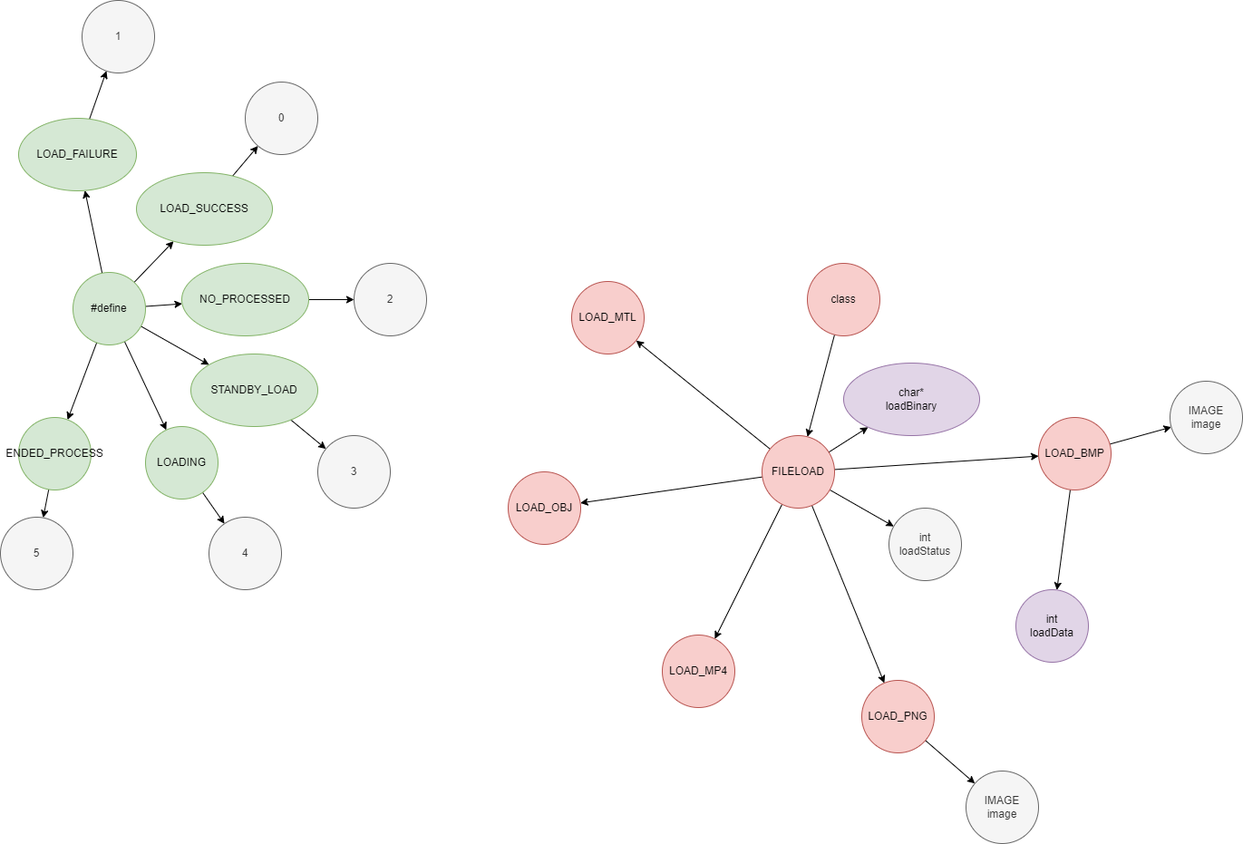
The draw.io diagram drawio/files/load/h.drawio.png in Tanso-mct/GLPA, before a commit. Source tidied: cells renumbered, new cells last; positions are measured from the earlier drawing's top-left corner, leaving out a move shared by most shapes.
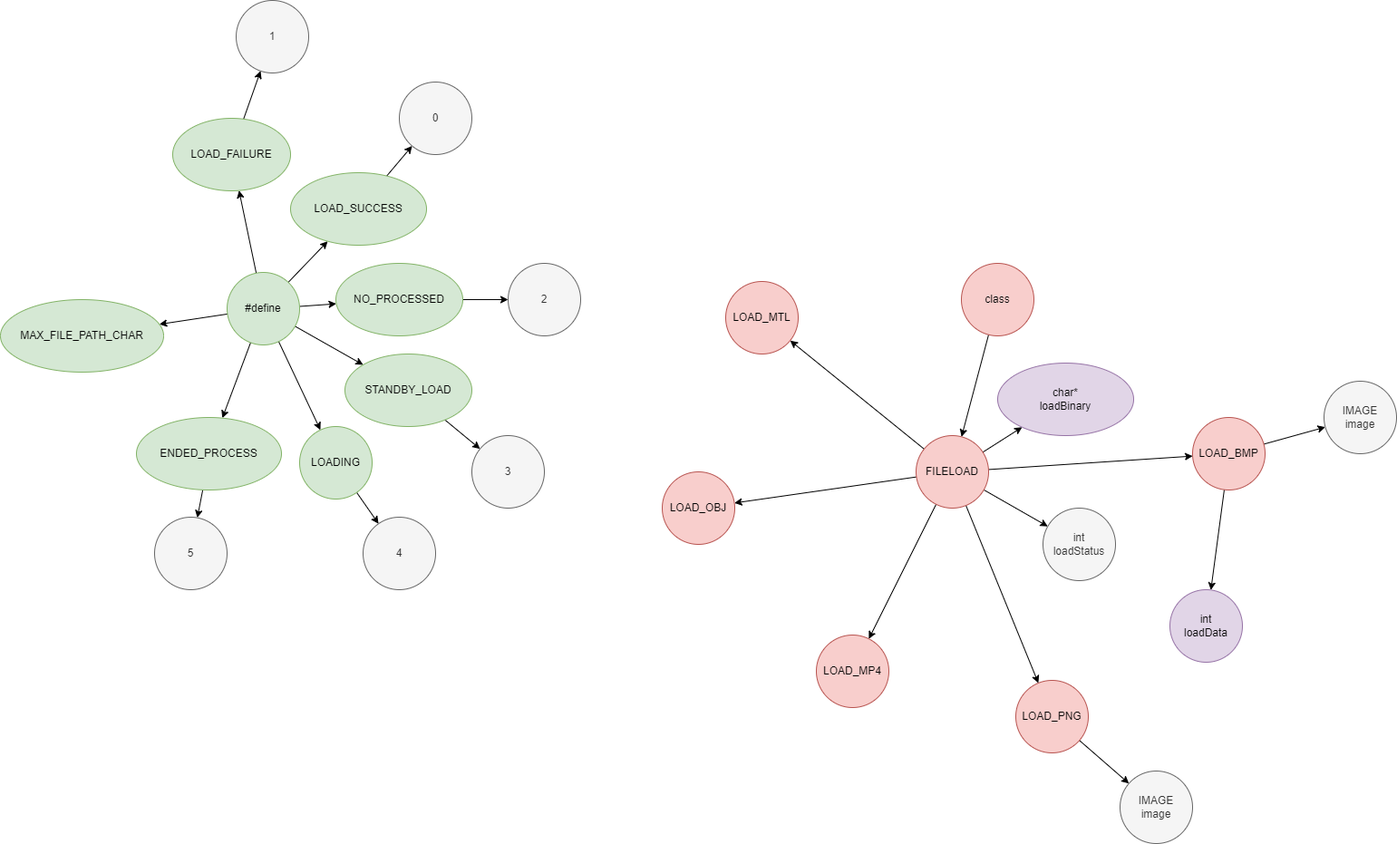
After the change.

What changed in the source:
```diff
@@ -89,6 +89,9 @@
     <mxCell id="30" style="edgeStyle=none;html=1;fontFamily=Helvetica;fontSize=12;fontColor=#333333;" parent="1" edge="1" source="31" target="45">
       <mxGeometry relative="1" as="geometry" />
     </mxCell>
+    <mxCell id="50" style="edgeStyle=none;html=1;" parent="1" edge="1" source="31" target="51">
+      <mxGeometry relative="1" as="geometry" />
+    </mxCell>
     <mxCell id="31" value="#define" style="ellipse;whiteSpace=wrap;html=1;fillColor=#d5e8d4;strokeColor=#82b366;" parent="1" vertex="1">
       <mxGeometry x="80" y="300" width="80" height="80" as="geometry" />
     </mxCell>
@@ -120,7 +123,7 @@
       <mxGeometry relative="1" as="geometry" />
     </mxCell>
     <mxCell id="41" value="ENDED_PROCESS" style="ellipse;whiteSpace=wrap;html=1;strokeColor=#82b366;fontFamily=Helvetica;fontSize=12;fillColor=#d5e8d4;" parent="1" vertex="1">
-      <mxGeometry x="20" y="460" width="80" height="80" as="geometry" />
+      <mxGeometry x="-20" y="460" width="160" height="80" as="geometry" />
     </mxCell>
     <mxCell id="42" style="edgeStyle=none;html=1;fontFamily=Helvetica;fontSize=12;fontColor=#333333;" parent="1" edge="1" source="43" target="37">
       <mxGeometry relative="1" as="geometry" />
@@ -146,5 +149,8 @@
     <mxCell id="49" value="5" style="ellipse;whiteSpace=wrap;html=1;strokeColor=#666666;fontFamily=Helvetica;fontSize=12;fontColor=#333333;fillColor=#f5f5f5;" parent="1" vertex="1">
       <mxGeometry y="570" width="80" height="80" as="geometry" />
     </mxCell>
+    <mxCell id="51" value="MAX_FILE_PATH_CHAR" style="ellipse;whiteSpace=wrap;html=1;fillColor=#d5e8d4;strokeColor=#82b366;" parent="1" vertex="1">
+      <mxGeometry x="-170" y="330" width="180" height="80" as="geometry" />
+    </mxCell>
   </root>
 </mxGraphModel>
```
